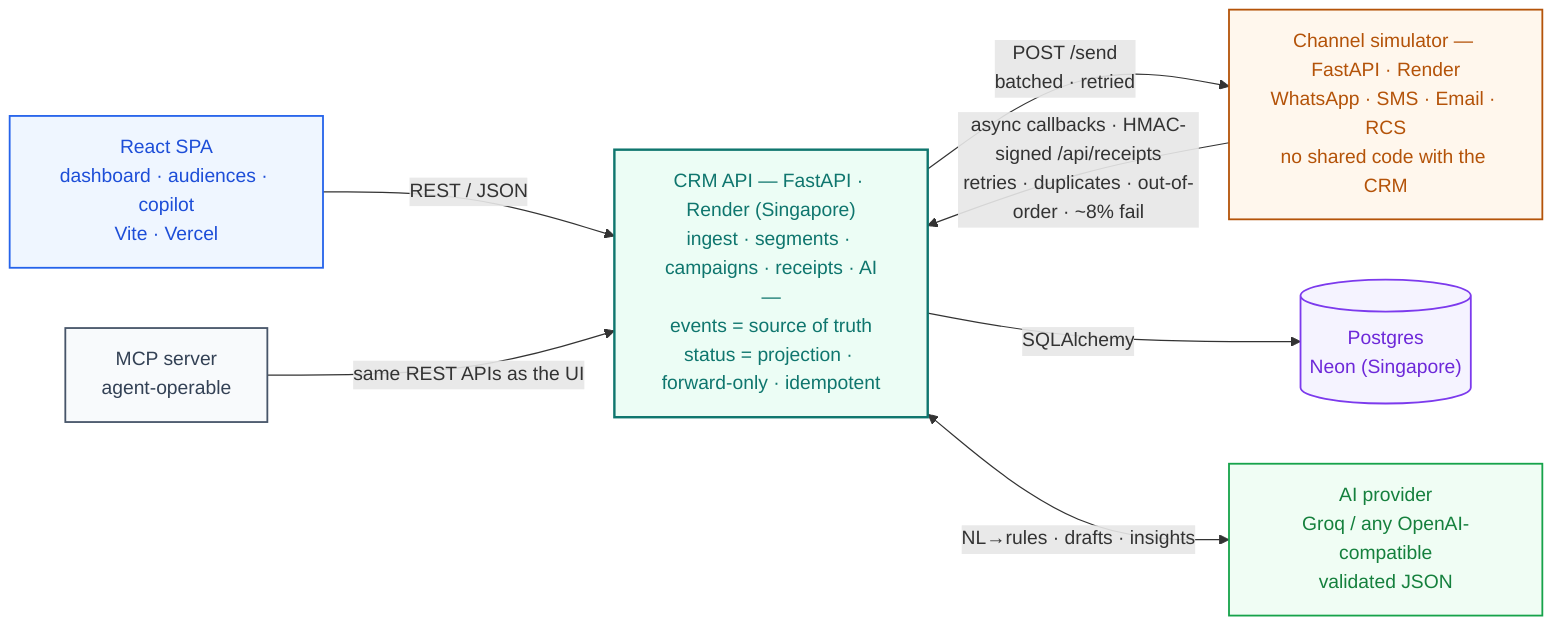
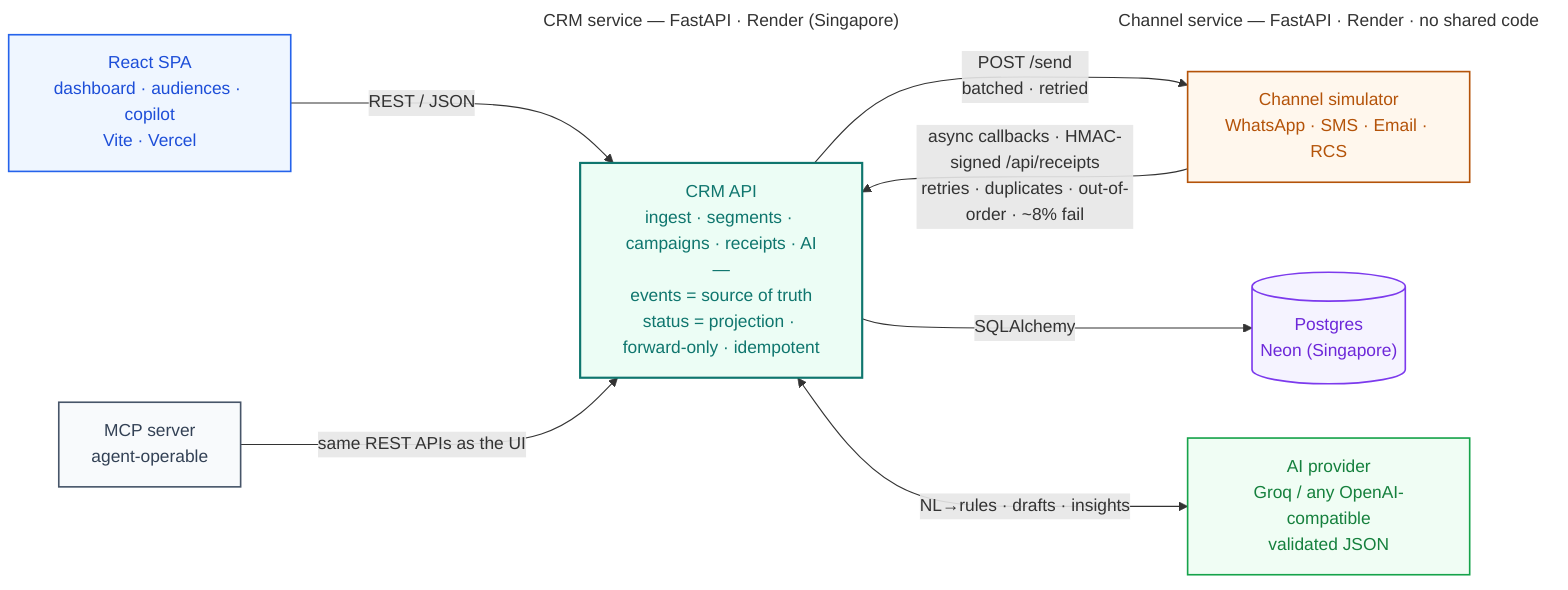
flowchart LR
  classDef client  fill:#eff6ff,stroke:#2563eb,color:#1d4ed8,stroke-width:1.5px;
  classDef crm     fill:#ecfdf5,stroke:#0f766e,color:#0f766e,stroke-width:2px;
  classDef channel fill:#fff7ed,stroke:#b45309,color:#b45309,stroke-width:1.5px;
  classDef data    fill:#f5f3ff,stroke:#7c3aed,color:#6d28d9,stroke-width:1.5px;
  classDef ai      fill:#f0fdf4,stroke:#16a34a,color:#15803d,stroke-width:1.5px;
  classDef agent   fill:#f8fafc,stroke:#475569,color:#334155,stroke-width:1.5px;

  SPA["React SPA<br/>dashboard · audiences · copilot<br/>Vite · Vercel"]:::client

-   CRM["CRM API — FastAPI · Render (Singapore)<br/>ingest · segments · campaigns · receipts · AI<br/>—<br/>events = source of truth<br/>status = projection · forward-only · idempotent"]:::crm
+   subgraph CRM_SVC["CRM service — FastAPI · Render (Singapore)"]
+     CRM["CRM API<br/>ingest · segments · campaigns · receipts · AI<br/>—<br/>events = source of truth<br/>status = projection · forward-only · idempotent"]:::crm
+   end

-   CH["Channel simulator — FastAPI · Render<br/>WhatsApp · SMS · Email · RCS<br/>no shared code with the CRM"]:::channel
+   subgraph CH_SVC["Channel service — FastAPI · Render · no shared code"]
+     CH["Channel simulator<br/>WhatsApp · SMS · Email · RCS"]:::channel
+   end

  DB[("Postgres<br/>Neon (Singapore)")]:::data
  AI["AI provider<br/>Groq / any OpenAI-compatible<br/>validated JSON"]:::ai
  MCP["MCP server<br/>agent-operable"]:::agent

  SPA -- "REST / JSON" --> CRM
  CRM -- "POST /send<br/>batched · retried" --> CH
  CH -- "async callbacks · HMAC-signed /api/receipts<br/>retries · duplicates · out-of-order · ~8% fail" --> CRM
  CRM -- "SQLAlchemy" --> DB
  CRM <-- "NL→rules · drafts · insights" --> AI
  MCP -- "same REST APIs as the UI" --> CRM
+ 
+   style CRM_SVC fill:none,stroke:none
+   style CH_SVC fill:none,stroke:none
